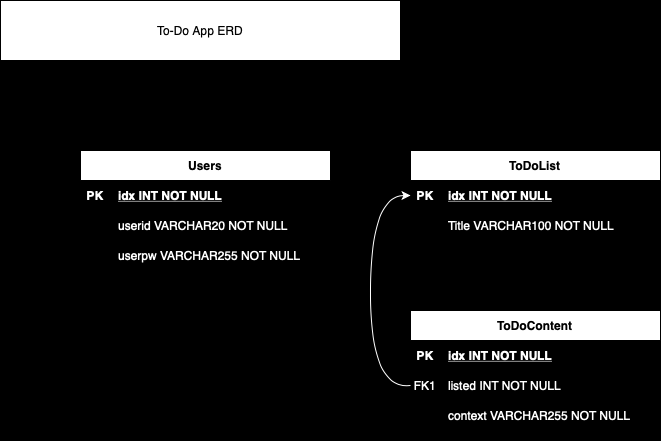
The draw.io diagram design/To-Do App ERD.png in imaneya/clush-todo-backend, before a commit. Source tidied: cells renumbered, new cells last; positions are measured from the earlier drawing's top-left corner, leaving out a move shared by most shapes.
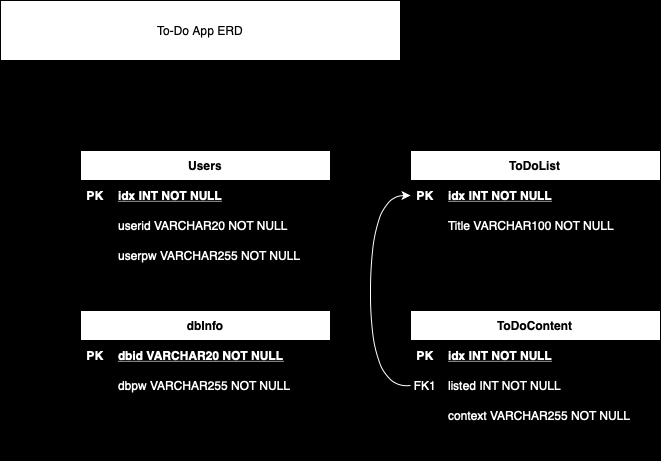
The same file after the commit.

What changed in the source:
```diff
@@ -100,5 +100,32 @@
     <mxCell id="32" value="To-Do App ERD" style="rounded=0;whiteSpace=wrap;html=1;fillStyle=solid;" parent="1" vertex="1">
       <mxGeometry width="400" height="60" as="geometry" />
     </mxCell>
+    <mxCell id="33" value="dbInfo" style="shape=table;startSize=30;rowLines=0;fontStyle=1;align=center;fillStyle=solid;" parent="1" vertex="1">
+      <mxGeometry x="80" y="310" width="250" height="150" as="geometry" />
+    </mxCell>
+    <mxCell id="34" style="shape=partialRectangle;fillColor=#000000;top=0;left=0;right=0;bottom=1;fontColor=#FFFFFF;" parent="33" vertex="1">
+      <mxGeometry y="30" width="250" height="30" as="geometry" />
+    </mxCell>
+    <mxCell id="35" value="PK" style="shape=partialRectangle;overflow=hidden;fillColor=#000000;top=0;left=0;bottom=0;right=0;fontStyle=1;fontColor=#FFFFFF;" parent="34" vertex="1">
+      <mxGeometry width="30" height="30" as="geometry" />
+    </mxCell>
+    <mxCell id="36" value="dbid VARCHAR20 NOT NULL" style="shape=partialRectangle;overflow=hidden;fillColor=#000000;top=0;left=0;bottom=0;right=0;align=left;spacingLeft=6;fontStyle=5;fontColor=#FFFFFF;" parent="34" vertex="1">
+      <mxGeometry x="30" width="220" height="30" as="geometry" />
+    </mxCell>
+    <mxCell id="37" style="shape=partialRectangle;fillColor=#000000;top=0;left=0;right=0;bottom=0;fontColor=#FFFFFF;" parent="33" vertex="1">
+      <mxGeometry y="60" width="250" height="30" as="geometry" />
+    </mxCell>
+    <mxCell id="38" style="shape=partialRectangle;overflow=hidden;fillColor=#000000;top=0;left=0;bottom=0;right=0;fontColor=#FFFFFF;" parent="37" vertex="1">
+      <mxGeometry width="30" height="30" as="geometry" />
+    </mxCell>
+    <mxCell id="39" value="dbpw VARCHAR255 NOT NULL" style="shape=partialRectangle;overflow=hidden;fillColor=#000000;top=0;left=0;bottom=0;right=0;align=left;spacingLeft=6;fontColor=#FFFFFF;" parent="37" vertex="1">
+      <mxGeometry x="30" width="220" height="30" as="geometry" />
+    </mxCell>
+    <mxCell id="40" style="shape=partialRectangle;overflow=hidden;fillColor=#000000;top=0;left=0;bottom=0;right=0;fontColor=#FFFFFF;" parent="1" vertex="1">
+      <mxGeometry x="80" y="400" width="30" height="30" as="geometry" />
+    </mxCell>
+    <mxCell id="41" style="shape=partialRectangle;overflow=hidden;fillColor=#000000;top=0;left=0;bottom=0;right=0;align=left;spacingLeft=6;fontColor=#FFFFFF;" parent="1" vertex="1">
+      <mxGeometry x="110" y="400" width="220" height="30" as="geometry" />
+    </mxCell>
   </root>
 </mxGraphModel>
```
